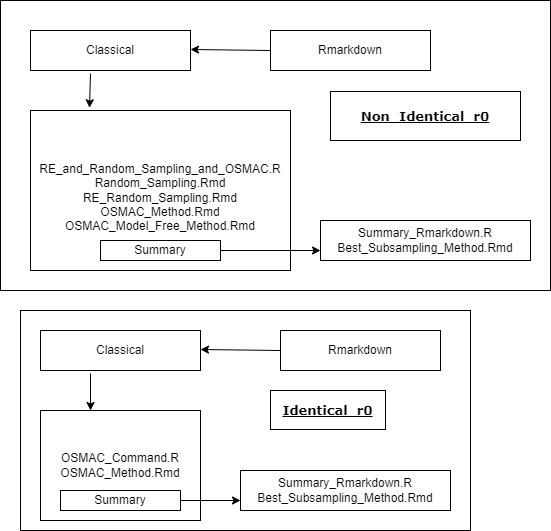
Before: Images/Rmarkdown.png, a diagram exported from draw.io (Amalan-ConStat/RM_AM_MF_LR_RWS_NYC_Taxi_Fare_2013_Full). Source tidied: cells renumbered, new cells last; positions are measured from the earlier drawing's top-left corner, leaving out a move shared by most shapes.
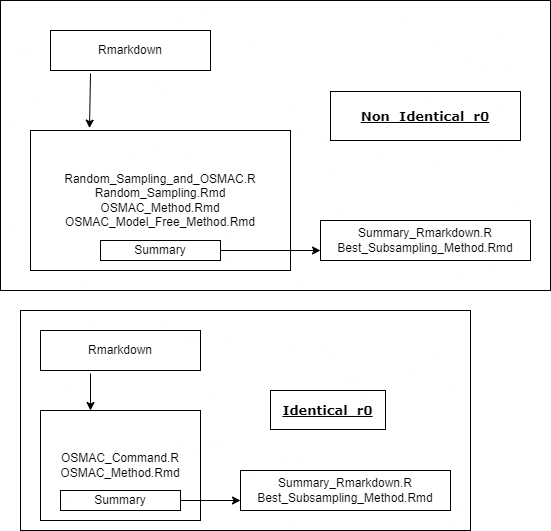
Above is the later version.

Change to the diagram source:
```diff
@@ -9,18 +9,10 @@
       <mxGeometry width="550" height="290" as="geometry" />
     </mxCell>
     <mxCell id="4" value="Rmarkdown" style="rounded=0;whiteSpace=wrap;html=1;" parent="1" vertex="1">
-      <mxGeometry x="270" y="30" width="160" height="40" as="geometry" />
+      <mxGeometry x="50" y="30" width="160" height="40" as="geometry" />
     </mxCell>
-    <mxCell id="5" value="Classical" style="rounded=0;whiteSpace=wrap;html=1;" parent="1" vertex="1">
-      <mxGeometry x="30" y="30" width="160" height="40" as="geometry" />
-    </mxCell>
-    <mxCell id="6" style="endArrow=classic;html=1;exitX=0;exitY=0.5;exitDx=0;exitDy=0;" parent="1" edge="1" source="4">
-      <mxGeometry relative="1" as="geometry">
-        <mxPoint x="190" y="49" as="targetPoint" />
-      </mxGeometry>
-    </mxCell>
-    <mxCell id="7" value="&lt;br&gt;RE_and_Random_Sampling_and_OSMAC.R&lt;br&gt;Random_Sampling.Rmd&lt;br&gt;RE_Random_Sampling.Rmd&lt;br&gt;OSMAC_Method.Rmd&lt;br&gt;OSMAC_Model_Free_Method.Rmd" style="rounded=0;whiteSpace=wrap;html=1;" parent="1" vertex="1">
-      <mxGeometry x="30" y="110" width="260" height="160" as="geometry" />
+    <mxCell id="7" value="Random_Sampling_and_OSMAC.R&lt;br&gt;Random_Sampling.Rmd&lt;br&gt;OSMAC_Method.Rmd&lt;br&gt;OSMAC_Model_Free_Method.Rmd" style="rounded=0;whiteSpace=wrap;html=1;" parent="1" vertex="1">
+      <mxGeometry x="30" y="130" width="260" height="140" as="geometry" />
     </mxCell>
     <mxCell id="8" style="endArrow=classic;html=1;entryX=0.227;entryY=-0.017;entryDx=0;entryDy=0;entryPerimeter=0;" parent="1" edge="1" target="7">
       <mxGeometry relative="1" as="geometry">
@@ -40,16 +32,8 @@
       <mxGeometry x="330" y="91" width="190" height="49" as="geometry" />
     </mxCell>
     <mxCell id="13" value="Rmarkdown" style="rounded=0;whiteSpace=wrap;html=1;" parent="1" vertex="1">
-      <mxGeometry x="280" y="330" width="160" height="40" as="geometry" />
+      <mxGeometry x="40" y="330" width="160" height="40" as="geometry" />
     </mxCell>
-    <mxCell id="14" value="Classical" style="rounded=0;whiteSpace=wrap;html=1;" parent="1" vertex="1">
-      <mxGeometry x="40" y="330" width="160" height="40" as="geometry" />
-    </mxCell>
-    <mxCell id="15" style="endArrow=classic;html=1;exitX=0;exitY=0.5;exitDx=0;exitDy=0;" parent="1" edge="1" source="13">
-      <mxGeometry relative="1" as="geometry">
-        <mxPoint x="200" y="349" as="targetPoint" />
-      </mxGeometry>
-    </mxCell>
     <mxCell id="16" value="OSMAC_Command.R&lt;br&gt;OSMAC_Method.Rmd" style="rounded=0;whiteSpace=wrap;html=1;" parent="1" vertex="1">
       <mxGeometry x="40" y="410" width="160" height="110" as="geometry" />
     </mxCell>
```
